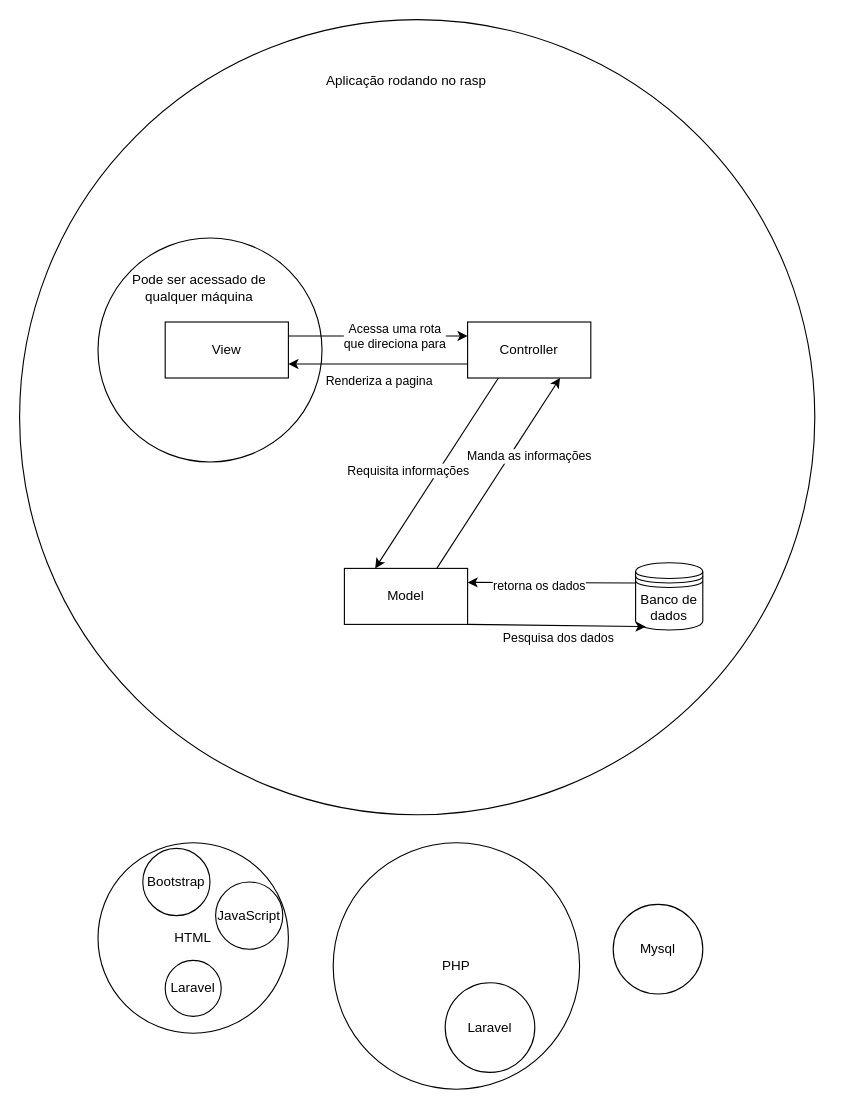
Before: Diagrama sem nome.drawio in Lecrepus17/ofmakers, a draw.io diagram. Source tidied: cells renumbered, new cells numbered last; positions are measured from the earlier drawing's top-left corner, leaving out a move shared by most shapes. Both pictures are drawn from the tidied source at 112%, with x=0, y=0 at pixel (19, 19).
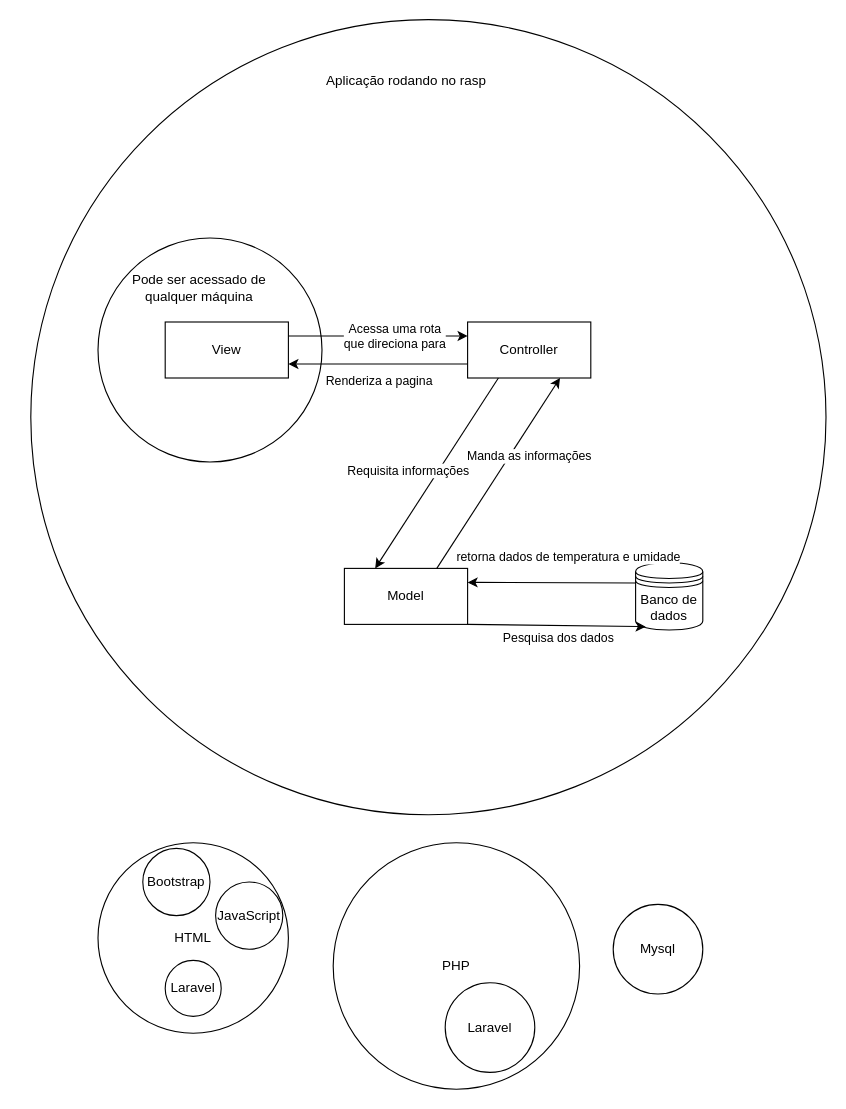
The same page after the edit.

The change refers to these unchanged cells:
```xml
<mxCell id="11" style="endArrow=classic;html=1;rounded=0;exitX=0;exitY=0.3;exitDx=0;exitDy=0;entryX=1;entryY=0.25;entryDx=0;entryDy=0;" parent="1" edge="1" source="6" target="5">
  <mxGeometry relative="1" as="geometry" />
</mxCell>
```

Change to the diagram source:
```diff
@@
     <mxCell id="2" value="&lt;div&gt;&lt;br&gt;&lt;/div&gt;&lt;div&gt;&lt;br&gt;&lt;/div&gt;&lt;div&gt;&lt;br&gt;&lt;/div&gt;&lt;div&gt;&lt;br&gt;&lt;/div&gt;&lt;div&gt;&lt;br&gt;&lt;/div&gt;&lt;div&gt;&lt;br&gt;&lt;/div&gt;&lt;div&gt;&lt;br&gt;&lt;/div&gt;&lt;div&gt;&lt;br&gt;&lt;/div&gt;&lt;div&gt;&lt;br&gt;&lt;/div&gt;&lt;div&gt;&lt;br&gt;&lt;/div&gt;&lt;div&gt;&lt;br&gt;&lt;/div&gt;&lt;div&gt;&lt;br&gt;&lt;/div&gt;&lt;div&gt;&lt;br&gt;&lt;/div&gt;&lt;div&gt;&lt;br&gt;&lt;/div&gt;&lt;div&gt;&lt;br&gt;&lt;/div&gt;&lt;div&gt;&lt;br&gt;&lt;/div&gt;&lt;div&gt;&lt;br&gt;&lt;/div&gt;&lt;div&gt;&lt;br&gt;&lt;/div&gt;&lt;div&gt;&lt;br&gt;&lt;/div&gt;&lt;div&gt;&lt;br&gt;&lt;/div&gt;&lt;div&gt;&lt;br&gt;&lt;/div&gt;&lt;div&gt;&lt;br&gt;&lt;/div&gt;&lt;div&gt;&lt;br&gt;&lt;/div&gt;&lt;div&gt;&lt;br&gt;&lt;/div&gt;&lt;div&gt;&lt;br&gt;&lt;/div&gt;&lt;div&gt;&lt;br&gt;&lt;/div&gt;&lt;div&gt;&lt;br&gt;&lt;/div&gt;&lt;div&gt;&lt;br&gt;&lt;/div&gt;&lt;div&gt;&lt;br&gt;&lt;/div&gt;&lt;div&gt;&lt;br&gt;&lt;/div&gt;&lt;div&gt;&lt;br&gt;&lt;/div&gt;&lt;div&gt;&lt;br&gt;&lt;/div&gt;&lt;div&gt;&lt;br&gt;&lt;/div&gt;&lt;div&gt;&lt;br&gt;&lt;/div&gt;&lt;div&gt;&lt;br&gt;&lt;/div&gt;&lt;div&gt;&lt;br&gt;&lt;/div&gt;&lt;div&gt;&lt;br&gt;&lt;/div&gt;&lt;div&gt;&lt;br&gt;&lt;/div&gt;&lt;div&gt;&lt;br&gt;&lt;/div&gt;" style="ellipse;whiteSpace=wrap;html=1;" parent="1" vertex="1">
-      <mxGeometry width="710" height="710" as="geometry" />
+      <mxGeometry x="10" width="710" height="710" as="geometry" />
     </mxCell>
@@
-    <mxCell id="12" value="retorna os dados" style="edgeLabel;html=1;align=center;verticalAlign=middle;" parent="11" vertex="1">
-      <mxGeometry x="0.14" y="3" relative="1" as="geometry" />
+    <mxCell id="12" value="retorna dados de temperatura e umidade" style="edgeLabel;html=1;align=center;verticalAlign=middle;" parent="11" vertex="1">
+      <mxGeometry x="0.14" y="3" relative="1" as="geometry">
+        <mxPoint x="26" y="-26" as="offset" />
+      </mxGeometry>
     </mxCell>
```
